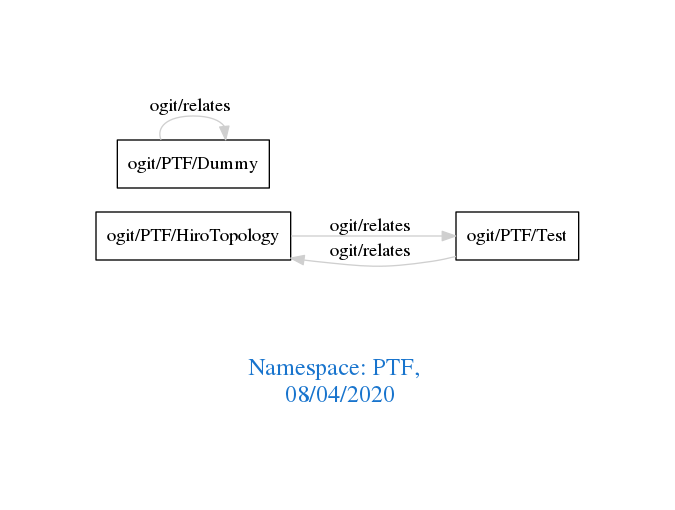
arago/OGIT keeps this Graphviz diagram as downloads/PTF.png. Above is the earlier version. Its source is kept beside it as downloads/PTF.dot.
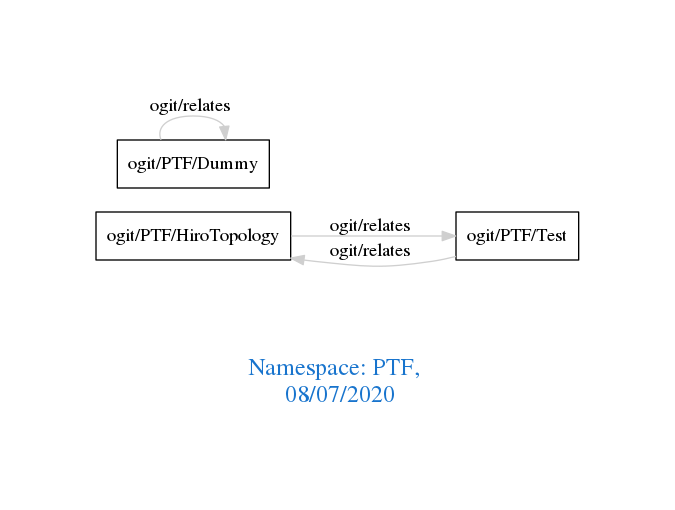
The same file after the commit.

Change to the diagram source:
```diff
@@ -1,7 +1,7 @@
 digraph OGIT_ontology {
  graph [ rankdir= LR,pad=1
 fontsize = 18,
-fontcolor= dodgerblue3,label = "\n\n\nNamespace: PTF, \n 08/04/2020"];
+fontcolor= dodgerblue3,label = "\n\n\nNamespace: PTF, \n 08/07/2020"];
 node[shape=polygon];
 edge [  color="gray81"];
 
```
